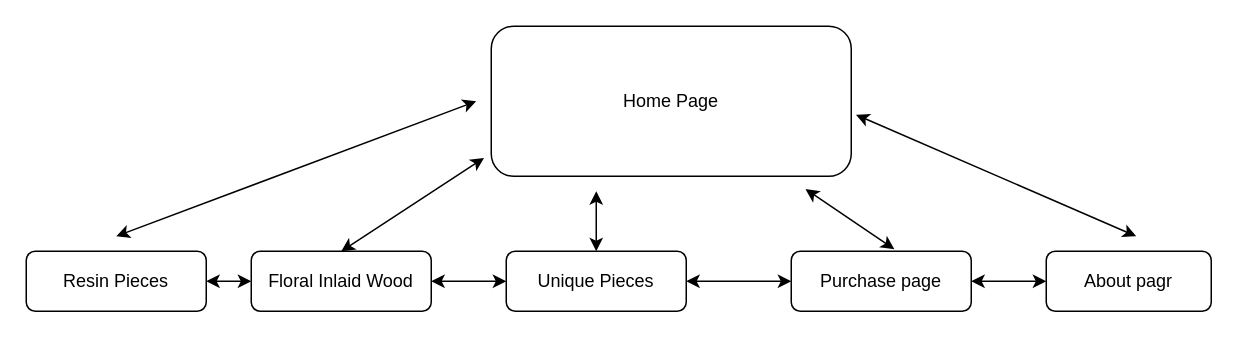
rasrhyss/CMST-385 keeps this draw.io diagram as Untitled Diagram.drawio. Above is the earlier version. Source tidied: cells renumbered, new cells numbered last; positions are measured from the earlier drawing's top-left corner, leaving out a move shared by most shapes. Both pictures are drawn from the tidied source at 150%, with x=0, y=0 at pixel (26, 26).
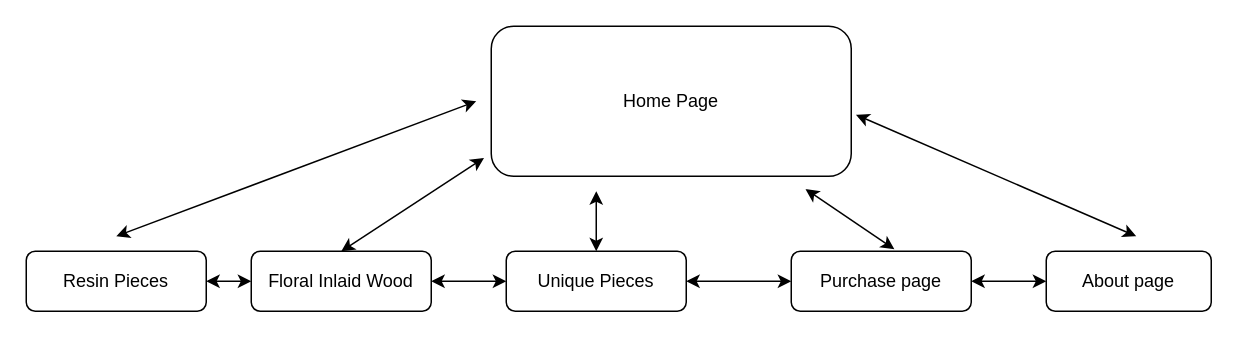
The same diagram, later.

Diff of the diagram source:
```diff
@@
-    <mxCell id="14" value="About pagr" style="rounded=1;whiteSpace=wrap;html=1;" parent="1" vertex="1">
+    <mxCell id="14" value="About page" style="rounded=1;whiteSpace=wrap;html=1;" parent="1" vertex="1">
       <mxGeometry x="680" y="150" width="110" height="40" as="geometry" />
     </mxCell>
```
